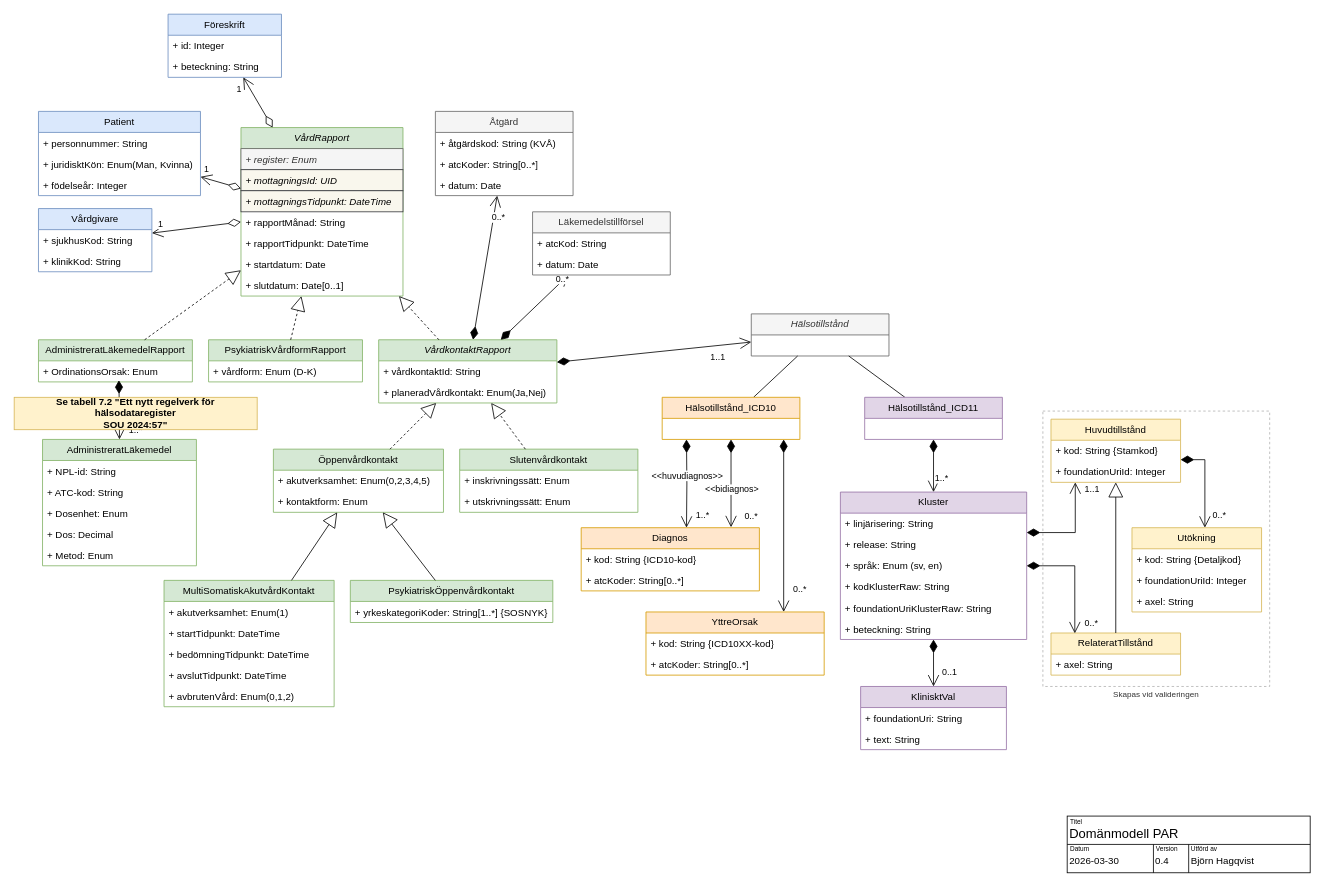
bhagqvist-consid/ICD11 keeps this draw.io diagram as page "Liggande 0.4" (4 of 6) of Klassmodell ICD11.drawio. Above is the earlier version. Source tidied: cells renumbered, new cells numbered last; positions are measured from the earlier drawing's top-left corner, leaving out a move shared by most shapes. Both pictures are drawn from the tidied source at 81%, with x=0, y=0 at pixel (14, 14).
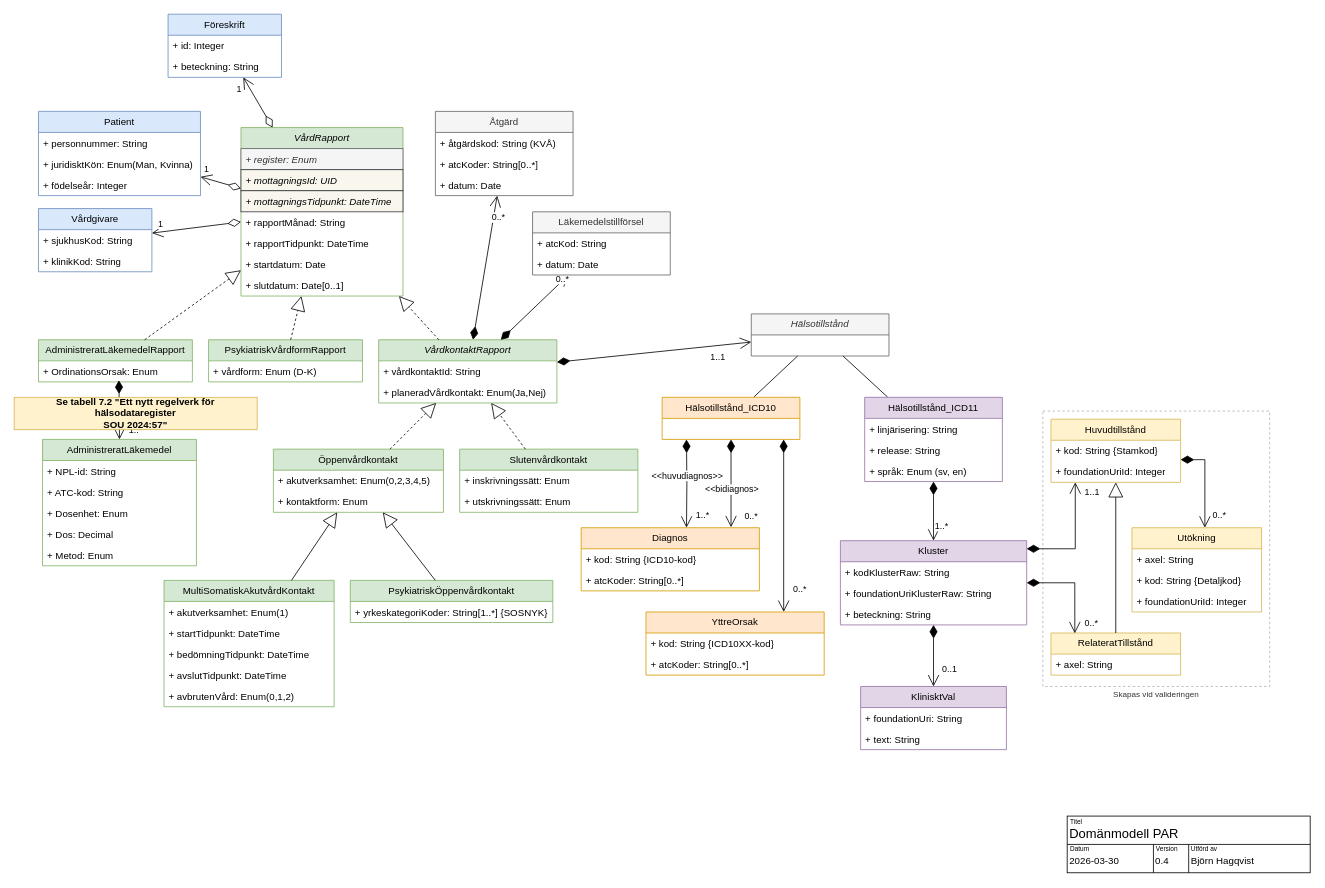
The same diagram, later.

The change refers to these unchanged cells:
```xml
<mxCell id="47" value="Utökning" style="swimlane;fontStyle=0;horizontal=1;startSize=26;fillColor=#fff2cc;whiteSpace=wrap;html=1;strokeColor=#d6b656;" parent="1" vertex="1">
  <mxGeometry x="1380" y="634" width="160" height="104" as="geometry" />
</mxCell>
<mxCell id="72" value="Huvudtillstånd" style="swimlane;fontStyle=0;horizontal=1;startSize=26;fillColor=#fff2cc;whiteSpace=wrap;html=1;strokeColor=#d6b656;" parent="1" vertex="1">
  <mxGeometry x="1280" y="500" width="160" height="78" as="geometry" />
</mxCell>
```

Diff of the diagram source:
```diff
@@
     <mxCell id="37" value="Kluster" style="swimlane;fontStyle=0;horizontal=1;startSize=26;fillColor=#e1d5e7;whiteSpace=wrap;html=1;strokeColor=#9673a6;" parent="1" vertex="1">
-      <mxGeometry x="1020" y="590" width="230" height="182" as="geometry" />
+      <mxGeometry x="1020" y="650" width="230" height="104" as="geometry" />
     </mxCell>
-    <mxCell id="38" value="+ linjärisering: String" style="text;strokeColor=none;fillColor=none;align=left;verticalAlign=top;spacingLeft=4;spacingRight=4;overflow=hidden;whiteSpace=wrap;html=1;" parent="37" vertex="1">
-      <mxGeometry y="26" width="230" height="26" as="geometry" />
-    </mxCell>
-    <mxCell id="39" value="+ release: String" style="text;strokeColor=none;fillColor=none;align=left;verticalAlign=top;spacingLeft=4;spacingRight=4;overflow=hidden;whiteSpace=wrap;html=1;" parent="37" vertex="1">
-      <mxGeometry y="52" width="230" height="26" as="geometry" />
-    </mxCell>
-    <mxCell id="40" value="+ språk: Enum (sv, en)" style="text;strokeColor=none;fillColor=none;align=left;verticalAlign=top;spacingLeft=4;spacingRight=4;overflow=hidden;whiteSpace=wrap;html=1;" parent="37" vertex="1">
-      <mxGeometry y="78" width="230" height="26" as="geometry" />
-    </mxCell>
     <mxCell id="41" value="+ kodKlusterRaw: String" style="text;strokeColor=none;fillColor=none;align=left;verticalAlign=top;spacingLeft=4;spacingRight=4;overflow=hidden;whiteSpace=wrap;html=1;" parent="37" vertex="1">
-      <mxGeometry y="104" width="230" height="26" as="geometry" />
+      <mxGeometry y="26" width="230" height="26" as="geometry" />
     </mxCell>
     <mxCell id="42" value="+ foundationUriKlusterRaw: String" style="text;strokeColor=none;fillColor=none;align=left;verticalAlign=top;spacingLeft=4;spacingRight=4;overflow=hidden;whiteSpace=wrap;html=1;" parent="37" vertex="1">
-      <mxGeometry y="130" width="230" height="26" as="geometry" />
+      <mxGeometry y="52" width="230" height="26" as="geometry" />
     </mxCell>
     <mxCell id="43" value="+ beteckning: String" style="text;strokeColor=none;fillColor=none;align=left;verticalAlign=top;spacingLeft=4;spacingRight=4;overflow=hidden;whiteSpace=wrap;html=1;" parent="37" vertex="1">
-      <mxGeometry y="156" width="230" height="26" as="geometry" />
+      <mxGeometry y="78" width="230" height="26" as="geometry" />
     </mxCell>
     <mxCell id="44" value="1..1" style="endArrow=open;html=1;endSize=12;startArrow=diamondThin;startSize=14;startFill=1;align=left;verticalAlign=bottom;rounded=0;edgeStyle=orthogonalEdgeStyle;" parent="1" edge="1" source="37" target="72">
       <mxGeometry x="0.7" y="-10" relative="1" as="geometry">
         <Array as="points">
-          <mxPoint x="1310" y="640" />
+          <mxPoint x="1310" y="660" />
         </Array>
       </mxGeometry>
     </mxCell>
@@
+    <mxCell id="50" value="+ axel: String" style="text;strokeColor=none;fillColor=none;align=left;verticalAlign=top;spacingLeft=4;spacingRight=4;overflow=hidden;whiteSpace=wrap;html=1;" parent="47" vertex="1">
+      <mxGeometry y="26" width="160" height="26" as="geometry" />
+    </mxCell>
     <mxCell id="48" value="+ kod: String {Detaljkod}" style="text;strokeColor=none;fillColor=none;align=left;verticalAlign=top;spacingLeft=4;spacingRight=4;overflow=hidden;whiteSpace=wrap;html=1;" parent="47" vertex="1">
-      <mxGeometry y="26" width="160" height="26" as="geometry" />
+      <mxGeometry y="52" width="160" height="26" as="geometry" />
     </mxCell>
     <mxCell id="49" value="+ foundationUriId: Integer" style="text;strokeColor=none;fillColor=none;align=left;verticalAlign=top;spacingLeft=4;spacingRight=4;overflow=hidden;whiteSpace=wrap;html=1;" parent="47" vertex="1">
-      <mxGeometry y="52" width="160" height="26" as="geometry" />
+      <mxGeometry y="78" width="160" height="26" as="geometry" />
     </mxCell>
-    <mxCell id="50" value="+ axel: String" style="text;strokeColor=none;fillColor=none;align=left;verticalAlign=top;spacingLeft=4;spacingRight=4;overflow=hidden;whiteSpace=wrap;html=1;" parent="47" vertex="1">
-      <mxGeometry y="78" width="160" height="26" as="geometry" />
-    </mxCell>
@@
     <mxCell id="76" value="&lt;span&gt;Hälsotillstånd_ICD11&lt;/span&gt;" style="swimlane;fontStyle=0;horizontal=1;startSize=26;fillColor=#e1d5e7;whiteSpace=wrap;html=1;strokeColor=#9673a6;" parent="1" vertex="1">
-      <mxGeometry x="1050" y="473" width="170" height="52" as="geometry" />
+      <mxGeometry x="1050" y="473" width="170" height="104" as="geometry" />
     </mxCell>
+    <mxCell id="38" value="+ linjärisering: String" style="text;strokeColor=none;fillColor=none;align=left;verticalAlign=top;spacingLeft=4;spacingRight=4;overflow=hidden;whiteSpace=wrap;html=1;" parent="76" vertex="1">
+      <mxGeometry y="26" width="170" height="26" as="geometry" />
+    </mxCell>
+    <mxCell id="39" value="+ release: String" style="text;strokeColor=none;fillColor=none;align=left;verticalAlign=top;spacingLeft=4;spacingRight=4;overflow=hidden;whiteSpace=wrap;html=1;" parent="76" vertex="1">
+      <mxGeometry y="52" width="170" height="26" as="geometry" />
+    </mxCell>
+    <mxCell id="40" value="+ språk: Enum (sv, en)" style="text;strokeColor=none;fillColor=none;align=left;verticalAlign=top;spacingLeft=4;spacingRight=4;overflow=hidden;whiteSpace=wrap;html=1;" parent="76" vertex="1">
+      <mxGeometry y="78" width="170" height="26" as="geometry" />
+    </mxCell>
```
